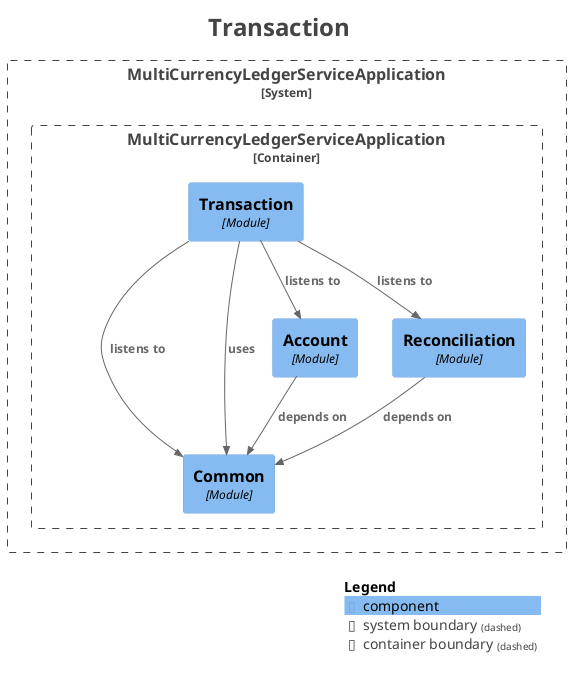
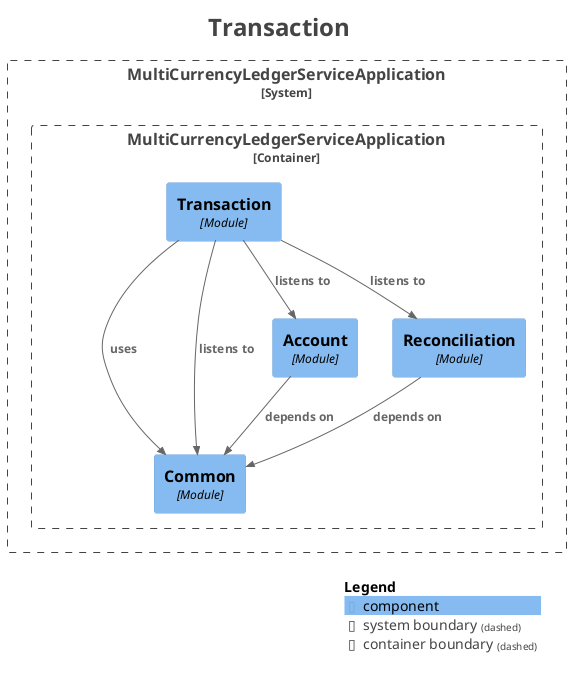
@startuml
title <size:24>Transaction</size>

set separator none
top to bottom direction

<style>
  root {
    BackgroundColor: #ffffff
    FontColor: #444444
  }
</style>

!include <C4/C4>
!include <C4/C4_Context>
!include <C4/C4_Component>

System_Boundary("MultiCurrencyLedgerServiceApplication_boundary", "MultiCurrencyLedgerServiceApplication", $tags="") {
  Container_Boundary("MultiCurrencyLedgerServiceApplication.MultiCurrencyLedgerServiceApplication_boundary", "MultiCurrencyLedgerServiceApplication", $tags="") {
    Component(MultiCurrencyLedgerServiceApplication.MultiCurrencyLedgerServiceApplication.Common, "Common", $techn="Module", $descr="", $tags="", $link="")
    Component(MultiCurrencyLedgerServiceApplication.MultiCurrencyLedgerServiceApplication.Account, "Account", $techn="Module", $descr="", $tags="", $link="")
    Component(MultiCurrencyLedgerServiceApplication.MultiCurrencyLedgerServiceApplication.Reconciliation, "Reconciliation", $techn="Module", $descr="", $tags="", $link="")
    Component(MultiCurrencyLedgerServiceApplication.MultiCurrencyLedgerServiceApplication.Transaction, "Transaction", $techn="Module", $descr="", $tags="", $link="")
  }

}

- Rel(MultiCurrencyLedgerServiceApplication.MultiCurrencyLedgerServiceApplication.Transaction, MultiCurrencyLedgerServiceApplication.MultiCurrencyLedgerServiceApplication.Common, "listens to", $techn="", $tags="", $link="")
- Rel(MultiCurrencyLedgerServiceApplication.MultiCurrencyLedgerServiceApplication.Transaction, MultiCurrencyLedgerServiceApplication.MultiCurrencyLedgerServiceApplication.Account, "listens to", $techn="", $tags="", $link="")
Rel(MultiCurrencyLedgerServiceApplication.MultiCurrencyLedgerServiceApplication.Transaction, MultiCurrencyLedgerServiceApplication.MultiCurrencyLedgerServiceApplication.Reconciliation, "listens to", $techn="", $tags="", $link="")
Rel(MultiCurrencyLedgerServiceApplication.MultiCurrencyLedgerServiceApplication.Transaction, MultiCurrencyLedgerServiceApplication.MultiCurrencyLedgerServiceApplication.Common, "uses", $techn="", $tags="", $link="")
Rel(MultiCurrencyLedgerServiceApplication.MultiCurrencyLedgerServiceApplication.Account, MultiCurrencyLedgerServiceApplication.MultiCurrencyLedgerServiceApplication.Common, "depends on", $techn="", $tags="", $link="")
Rel(MultiCurrencyLedgerServiceApplication.MultiCurrencyLedgerServiceApplication.Reconciliation, MultiCurrencyLedgerServiceApplication.MultiCurrencyLedgerServiceApplication.Common, "depends on", $techn="", $tags="", $link="")
+ Rel(MultiCurrencyLedgerServiceApplication.MultiCurrencyLedgerServiceApplication.Transaction, MultiCurrencyLedgerServiceApplication.MultiCurrencyLedgerServiceApplication.Common, "listens to", $techn="", $tags="", $link="")
+ Rel(MultiCurrencyLedgerServiceApplication.MultiCurrencyLedgerServiceApplication.Transaction, MultiCurrencyLedgerServiceApplication.MultiCurrencyLedgerServiceApplication.Account, "listens to", $techn="", $tags="", $link="")

SHOW_LEGEND(true)
hide stereotypes
@enduml